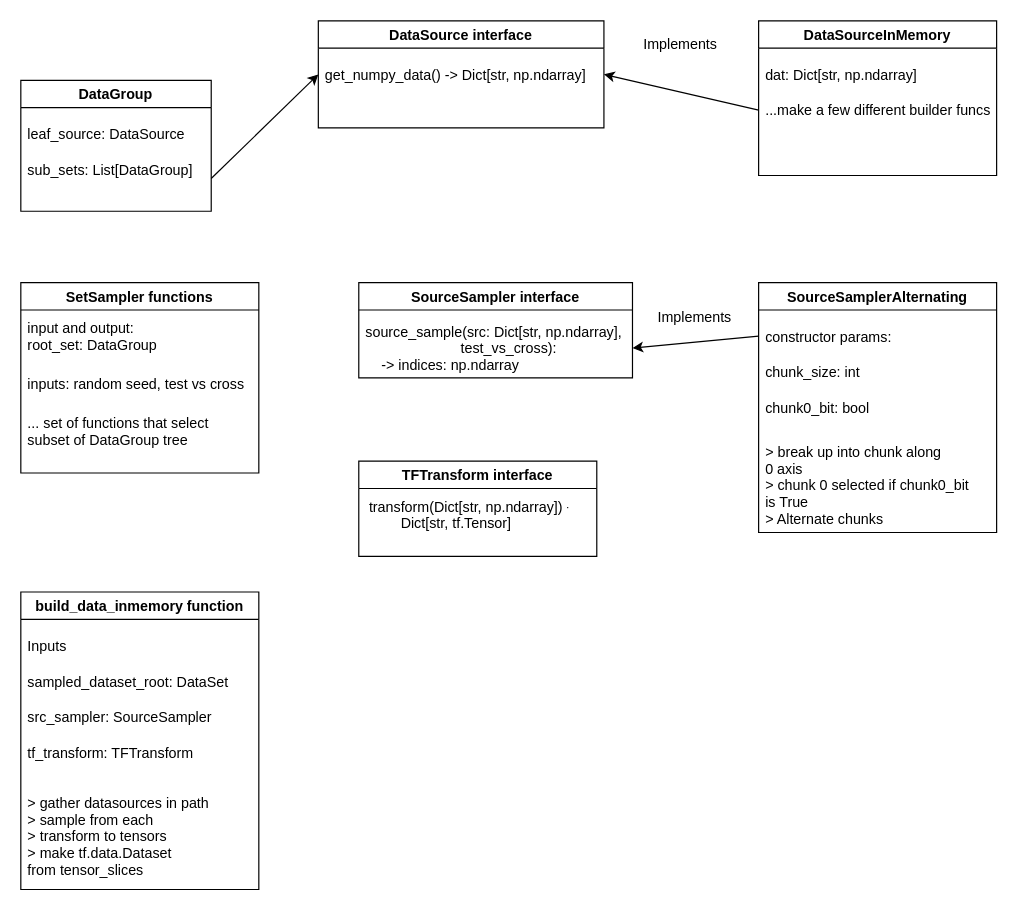
Before: src/Sampler/design.drawio in archworm19/SimpleWorm, a draw.io diagram. Source tidied: cells renumbered, new cells numbered last; positions are measured from the earlier drawing's top-left corner, leaving out a move shared by most shapes. Both pictures are drawn from the tidied source at 119%, with x=0, y=0 at pixel (20, 20).
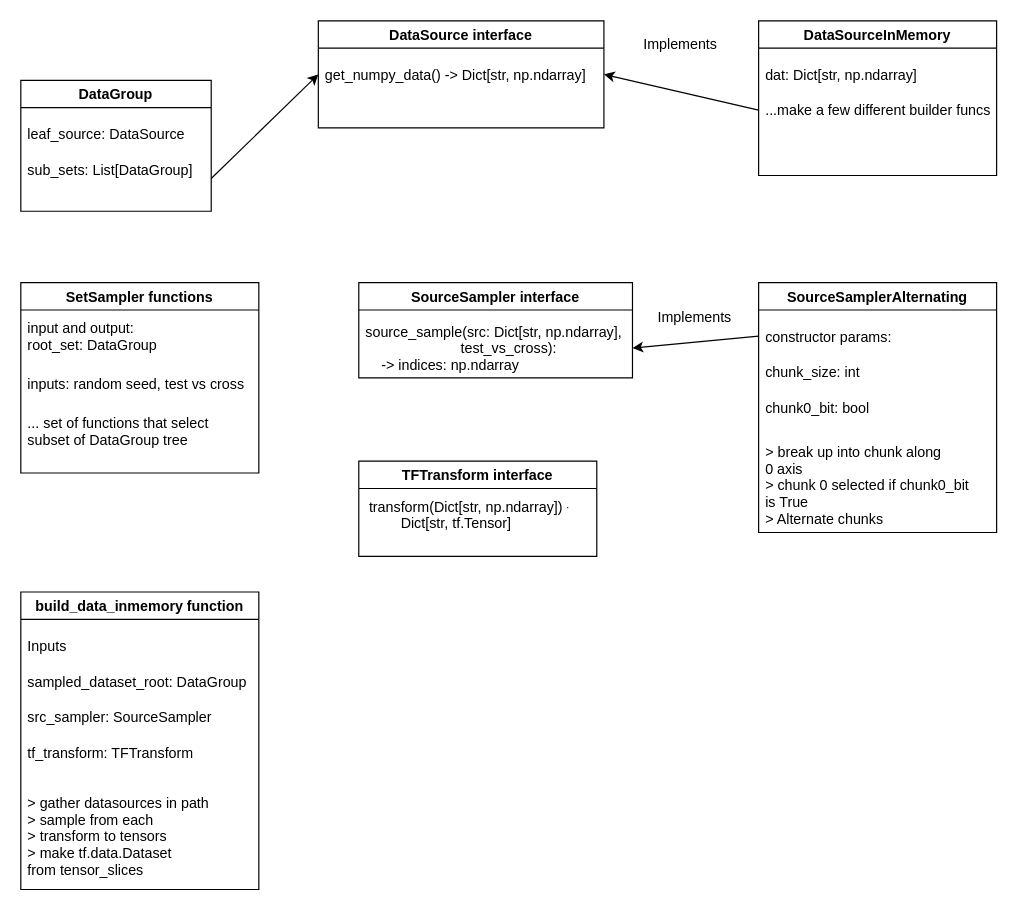
After the change.

Commit message (it also covers changes not shown here):
dset builder

Unchanged cells that the change refers to:
```xml
<mxCell id="21" value="build_data_inmemory function" style="swimlane;" parent="1" vertex="1">
  <mxGeometry y="480" width="200" height="250" as="geometry" />
</mxCell>
```

Change to the diagram source:
```diff
@@
-    <mxCell id="23" value="sampled_dataset_root: DataSet" style="text;strokeColor=none;fillColor=none;align=left;verticalAlign=middle;spacingLeft=4;spacingRight=4;overflow=hidden;" parent="21" vertex="1">
-      <mxGeometry y="60" width="190" height="30" as="geometry" />
+    <mxCell id="23" value="sampled_dataset_root: DataGroup" style="text;strokeColor=none;fillColor=none;align=left;verticalAlign=middle;spacingLeft=4;spacingRight=4;overflow=hidden;" parent="21" vertex="1">
+      <mxGeometry y="60" width="200" height="30" as="geometry" />
     </mxCell>
```
